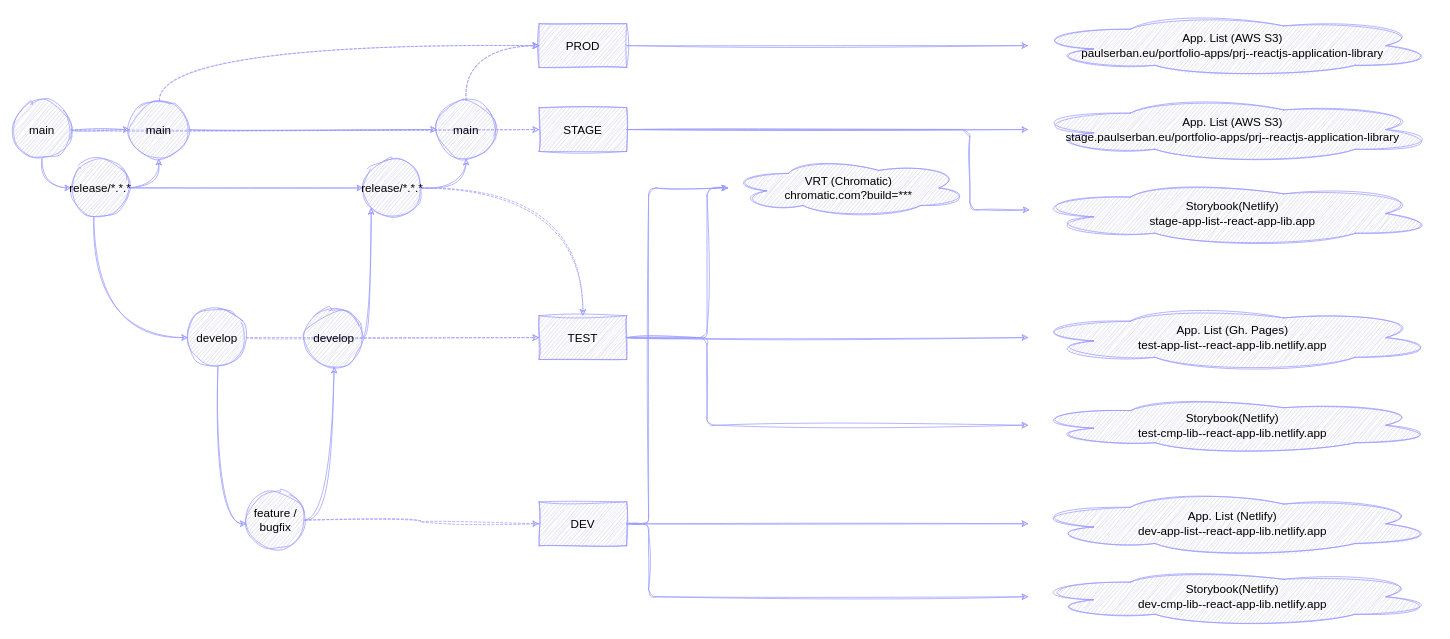
Above: wiki/ci-cd.drawio in paulAlexSerban/prj--reactjs-application-library (draw.io), before the change. Source tidied: cells renumbered, new cells numbered last; positions are measured from the earlier drawing's top-left corner, leaving out a move shared by most shapes. Both pictures are drawn from the tidied source at 73%, with x=0, y=0 at pixel (12, 12).
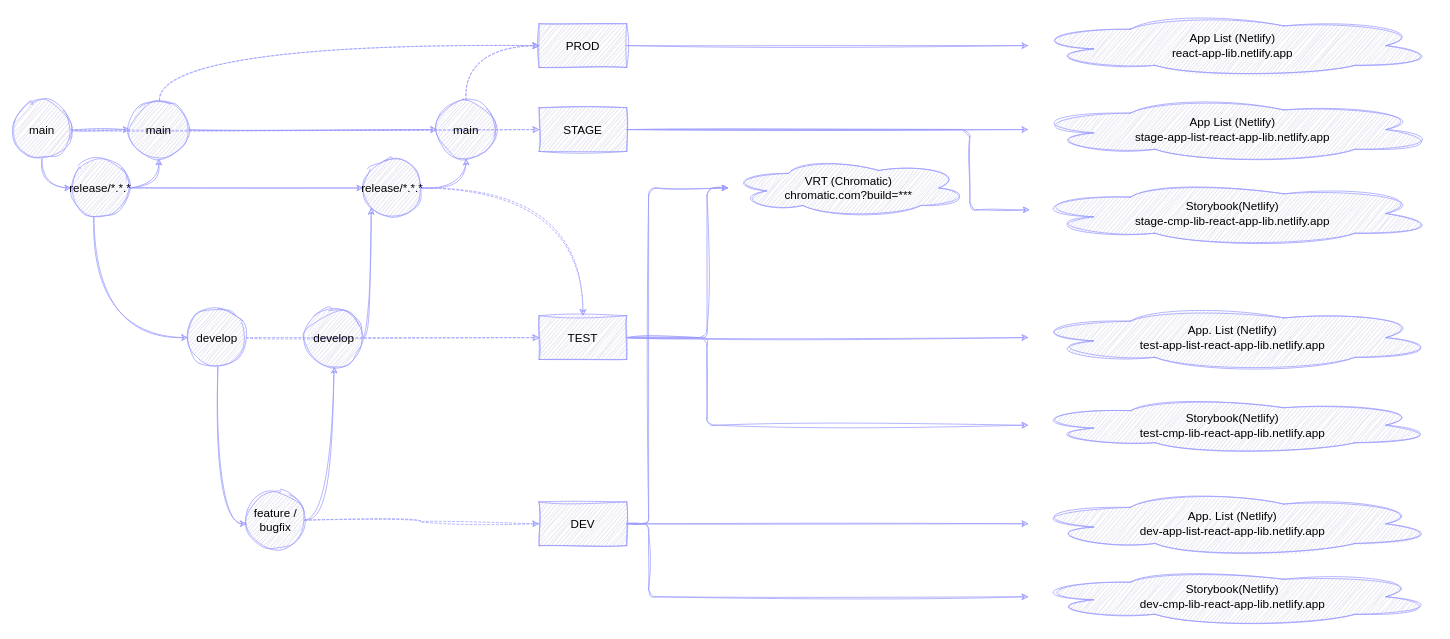
The same page after the edit.

What changed in the source:
```diff
@@
-    <mxCell id="30" value="App. List (Netlify)&lt;br style=&quot;font-size: 16px;&quot;&gt;dev-app-list--react-app-lib.netlify.app" style="ellipse;shape=cloud;whiteSpace=wrap;html=1;fontSize=16;fontStyle=0;strokeWidth=1;sketch=1;curveFitting=1;jiggle=2;strokeColor=#9999FF;fillColor=#d0cee2;fontColor=#000000;" parent="1" vertex="1">
+    <mxCell id="30" value="App. List (Netlify)&lt;br style=&quot;font-size: 16px;&quot;&gt;dev-app-list-react-app-lib.netlify.app" style="ellipse;shape=cloud;whiteSpace=wrap;html=1;fontSize=16;fontStyle=0;strokeWidth=1;sketch=1;curveFitting=1;jiggle=2;strokeColor=#9999FF;fillColor=#d0cee2;fontColor=#000000;" parent="1" vertex="1">
       <mxGeometry x="1391" y="655" width="560" height="90" as="geometry" />
     </mxCell>
-    <mxCell id="31" value="Storybook(Netlify)&lt;br style=&quot;font-size: 16px;&quot;&gt;dev-cmp-lib--react-app-lib.netlify.app" style="ellipse;shape=cloud;whiteSpace=wrap;html=1;fontSize=16;fontStyle=0;strokeWidth=1;sketch=1;curveFitting=1;jiggle=2;strokeColor=#9999FF;fillColor=#d0cee2;fontColor=#000000;" parent="1" vertex="1">
+    <mxCell id="31" value="Storybook(Netlify)&lt;br style=&quot;font-size: 16px;&quot;&gt;dev-cmp-lib-react-app-lib.netlify.app" style="ellipse;shape=cloud;whiteSpace=wrap;html=1;fontSize=16;fontStyle=0;strokeWidth=1;sketch=1;curveFitting=1;jiggle=2;strokeColor=#9999FF;fillColor=#d0cee2;fontColor=#000000;" parent="1" vertex="1">
       <mxGeometry x="1391" y="760" width="560" height="80" as="geometry" />
     </mxCell>
@@
-    <mxCell id="42" value="App. List (Gh. Pages)&lt;br style=&quot;font-size: 16px;&quot;&gt;test-app-list--react-app-lib.netlify.app" style="ellipse;shape=cloud;whiteSpace=wrap;html=1;fontSize=16;fontStyle=0;strokeWidth=1;sketch=1;curveFitting=1;jiggle=2;strokeColor=#9999FF;fillColor=#d0cee2;fontColor=#000000;" parent="1" vertex="1">
+    <mxCell id="42" value="App. List (Netlify)&lt;br style=&quot;font-size: 16px;&quot;&gt;test-app-list-react-app-lib.netlify.app" style="ellipse;shape=cloud;whiteSpace=wrap;html=1;fontSize=16;fontStyle=0;strokeWidth=1;sketch=1;curveFitting=1;jiggle=2;strokeColor=#9999FF;fillColor=#d0cee2;fontColor=#000000;" parent="1" vertex="1">
       <mxGeometry x="1391" y="400" width="560" height="90" as="geometry" />
     </mxCell>
-    <mxCell id="43" value="Storybook(Netlify)&lt;br style=&quot;font-size: 16px;&quot;&gt;test-cmp-lib--react-app-lib.netlify.app" style="ellipse;shape=cloud;whiteSpace=wrap;html=1;fontSize=16;fontStyle=0;strokeWidth=1;sketch=1;curveFitting=1;jiggle=2;strokeColor=#9999FF;fillColor=#d0cee2;fontColor=#000000;" parent="1" vertex="1">
+    <mxCell id="43" value="Storybook(Netlify)&lt;br style=&quot;font-size: 16px;&quot;&gt;test-cmp-lib-react-app-lib.netlify.app" style="ellipse;shape=cloud;whiteSpace=wrap;html=1;fontSize=16;fontStyle=0;strokeWidth=1;sketch=1;curveFitting=1;jiggle=2;strokeColor=#9999FF;fillColor=#d0cee2;fontColor=#000000;" parent="1" vertex="1">
       <mxGeometry x="1391" y="525" width="560" height="80" as="geometry" />
     </mxCell>
-    <mxCell id="44" value="App. List (AWS S3)&lt;br style=&quot;font-size: 16px;&quot;&gt;stage.paulserban.eu/portfolio-apps/prj--reactjs-application-library" style="ellipse;shape=cloud;whiteSpace=wrap;html=1;fontSize=16;fontStyle=0;strokeWidth=1;sketch=1;curveFitting=1;jiggle=2;strokeColor=#9999FF;fillColor=#d0cee2;fontColor=#000000;" parent="1" vertex="1">
+    <mxCell id="44" value="App List (Netlify)&lt;br&gt;stage-app-list-react-app-lib.netlify.app" style="ellipse;shape=cloud;whiteSpace=wrap;html=1;fontSize=16;fontStyle=0;strokeWidth=1;sketch=1;curveFitting=1;jiggle=2;strokeColor=#9999FF;fillColor=#d0cee2;fontColor=#000000;" parent="1" vertex="1">
       <mxGeometry x="1391" y="115" width="560" height="90" as="geometry" />
     </mxCell>
-    <mxCell id="45" value="Storybook(Netlify)&lt;br style=&quot;font-size: 16px;&quot;&gt;stage-app-list--react-app-lib.app" style="ellipse;shape=cloud;whiteSpace=wrap;html=1;fontSize=16;fontStyle=0;strokeWidth=1;sketch=1;curveFitting=1;jiggle=2;strokeColor=#9999FF;fillColor=#d0cee2;fontColor=#000000;" parent="1" vertex="1">
+    <mxCell id="45" value="Storybook(Netlify)&lt;br style=&quot;font-size: 16px;&quot;&gt;stage-cmp-lib-react-app-lib.netlify.app" style="ellipse;shape=cloud;whiteSpace=wrap;html=1;fontSize=16;fontStyle=0;strokeWidth=1;sketch=1;curveFitting=1;jiggle=2;strokeColor=#9999FF;fillColor=#d0cee2;fontColor=#000000;" parent="1" vertex="1">
       <mxGeometry x="1391" y="230" width="560" height="90" as="geometry" />
     </mxCell>
-    <mxCell id="46" value="App. List (AWS S3)&lt;br style=&quot;font-size: 16px;&quot;&gt;paulserban.eu/portfolio-apps/prj--reactjs-application-library" style="ellipse;shape=cloud;whiteSpace=wrap;html=1;fontSize=16;fontStyle=0;strokeWidth=1;sketch=1;curveFitting=1;jiggle=2;strokeColor=#9999FF;fillColor=#d0cee2;fontColor=#000000;" parent="1" vertex="1">
+    <mxCell id="46" value="App List (Netlify)&lt;br&gt;react-app-lib.netlify.app" style="ellipse;shape=cloud;whiteSpace=wrap;html=1;fontSize=16;fontStyle=0;strokeWidth=1;sketch=1;curveFitting=1;jiggle=2;strokeColor=#9999FF;fillColor=#d0cee2;fontColor=#000000;" parent="1" vertex="1">
       <mxGeometry x="1391" width="560" height="90" as="geometry" />
     </mxCell>
```
